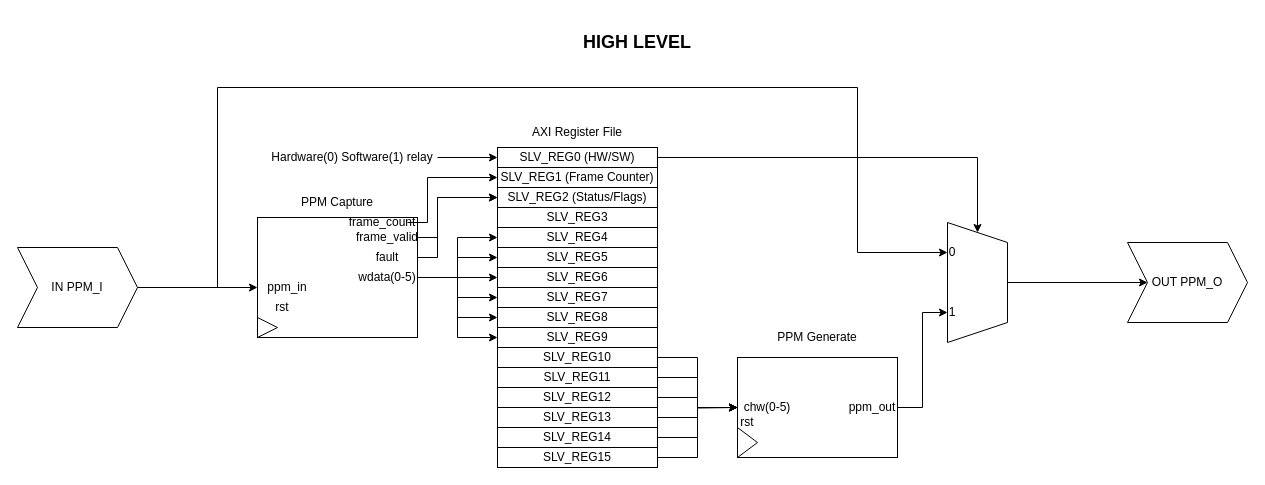
The draw.io diagram Labs/MP-1/MP1_Schematic.drawio in Podfighter/CPRE_4880, before the edit. Source tidied: cells renumbered, new cells numbered last; positions are measured from the earlier drawing's top-left corner, leaving out a move shared by most shapes. Both pictures are drawn from the tidied source at 100%, with x=0, y=0 at pixel (17, 27).
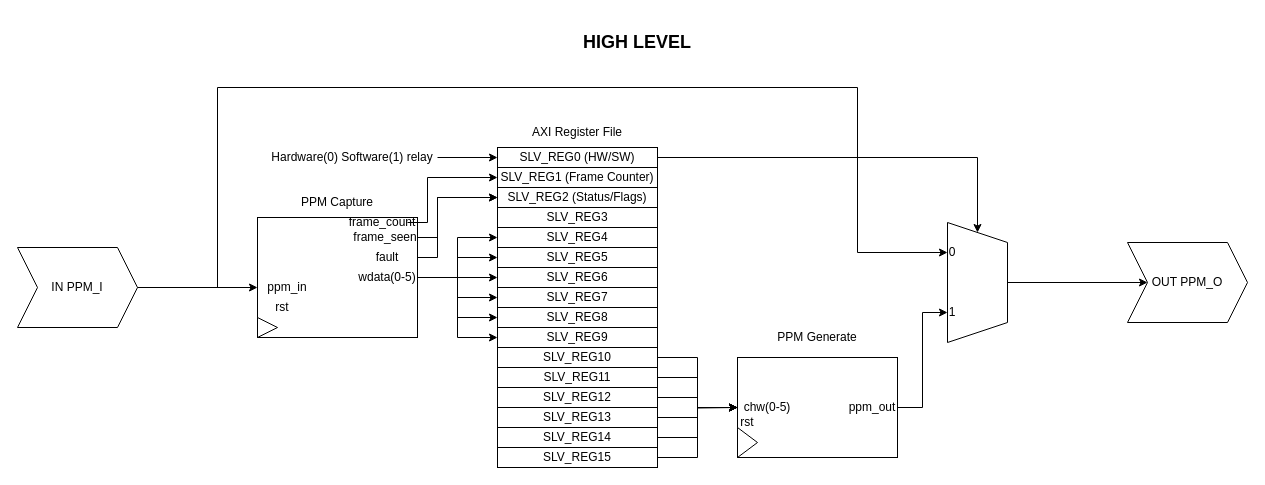
The same page after the edit.

Diff of the diagram source:
```diff
@@
-    <mxCell id="46" value="frame_valid" style="text;html=1;whiteSpace=wrap;strokeColor=none;fillColor=none;align=center;verticalAlign=middle;rounded=0;" parent="1" vertex="1">
-      <mxGeometry x="340" y="200" width="60" height="20" as="geometry" />
+    <mxCell id="46" value="frame_seen" style="text;html=1;whiteSpace=wrap;strokeColor=none;fillColor=none;align=center;verticalAlign=middle;rounded=0;" parent="1" vertex="1">
+      <mxGeometry x="338" y="200" width="60" height="20" as="geometry" />
     </mxCell>
```
